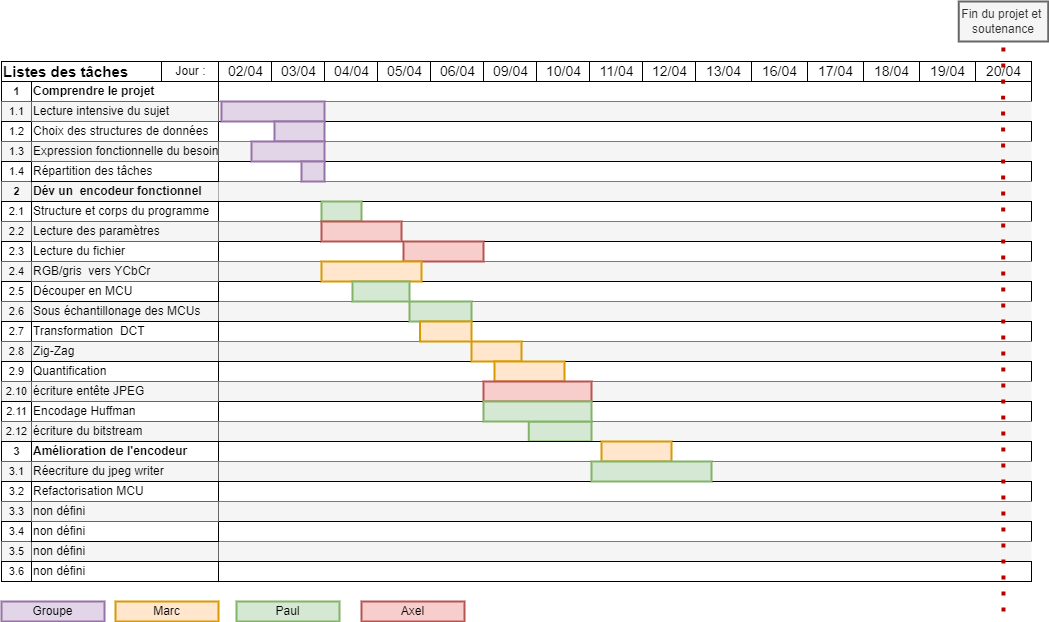
Before: docs/Gantt.drawio.png, a diagram exported from draw.io (Paul-vrn/jpeg-encoder). Source tidied: cells renumbered, new cells last; positions are measured from the earlier drawing's top-left corner, leaving out a move shared by most shapes.
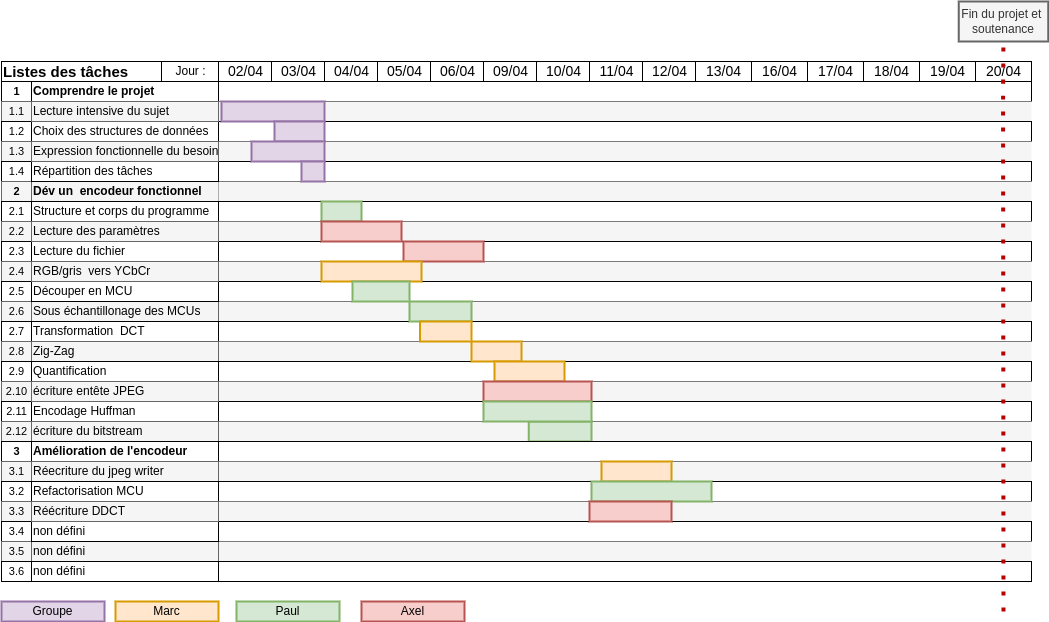
Above is the later version.

The edit, as a diff of the source:
```diff
@@ -320,14 +320,14 @@
     <mxCell id="107" value="Refactorisation MCU" style="align=left;html=1;perimeterSpacing=0;" parent="1" vertex="1">
       <mxGeometry x="30" y="480" width="187" height="20" as="geometry" />
     </mxCell>
-    <mxCell id="108" value="non défini" style="align=left;html=1;strokeColor=#666666;perimeterSpacing=0;fillColor=#f5f5f5;" parent="1" vertex="1">
+    <mxCell id="108" value="Réécriture DDCT" style="align=left;html=1;strokeColor=#666666;perimeterSpacing=0;fillColor=#f5f5f5;" parent="1" vertex="1">
       <mxGeometry x="30" y="500" width="187" height="20" as="geometry" />
     </mxCell>
     <mxCell id="109" value="non défini" style="align=left;html=1;perimeterSpacing=0;" parent="1" vertex="1">
       <mxGeometry x="30" y="560" width="187" height="20" as="geometry" />
     </mxCell>
     <mxCell id="110" style="rounded=0;whiteSpace=wrap;html=1;fillColor=#ffe6cc;strokeColor=#d79b00;strokeWidth=2;" parent="1" vertex="1">
-      <mxGeometry x="600" y="440" width="70" height="20" as="geometry" />
+      <mxGeometry x="600" y="460" width="70" height="20" as="geometry" />
     </mxCell>
     <mxCell id="111" style="endArrow=none;dashed=1;html=1;dashPattern=1 3;strokeWidth=4;fontSize=12;fillColor=#f8cecc;strokeColor=#B80000;" parent="1" edge="1">
       <mxGeometry relative="1" as="geometry">
@@ -358,7 +358,10 @@
       <mxGeometry x="482" y="400" width="108" height="20" as="geometry" />
     </mxCell>
     <mxCell id="118" style="rounded=0;whiteSpace=wrap;html=1;fillColor=#d5e8d4;strokeColor=#82b366;strokeWidth=2;" parent="1" vertex="1">
-      <mxGeometry x="590" y="460" width="120" height="20" as="geometry" />
+      <mxGeometry x="590" y="480" width="120" height="20" as="geometry" />
     </mxCell>
+    <mxCell id="119" style="rounded=0;whiteSpace=wrap;html=1;fillColor=#f8cecc;strokeColor=#b85450;strokeWidth=2;" parent="1" vertex="1">
+      <mxGeometry x="588" y="500" width="82" height="20" as="geometry" />
+    </mxCell>
   </root>
 </mxGraphModel>
```
